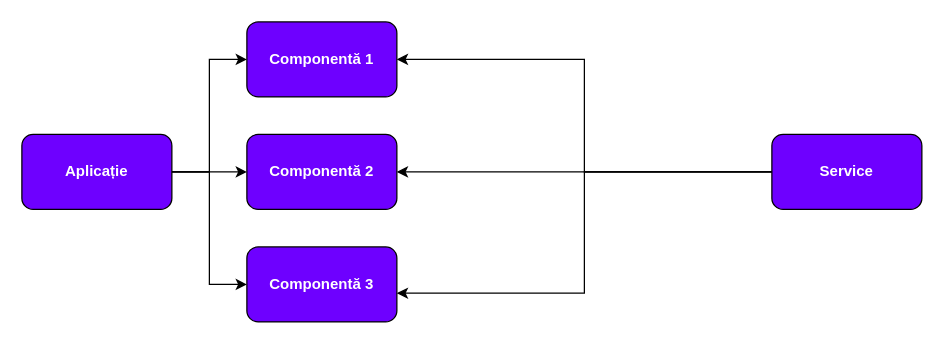
The draw.io diagram word/diagrame/arhitectura-service.drawio in robertnitu02/proiect-diploma, before the edit. Source tidied: cells renumbered, new cells numbered last; positions are measured from the earlier drawing's top-left corner, leaving out a move shared by most shapes. Both pictures are drawn from the tidied source at 125%, with x=0, y=0 at pixel (21, 21).
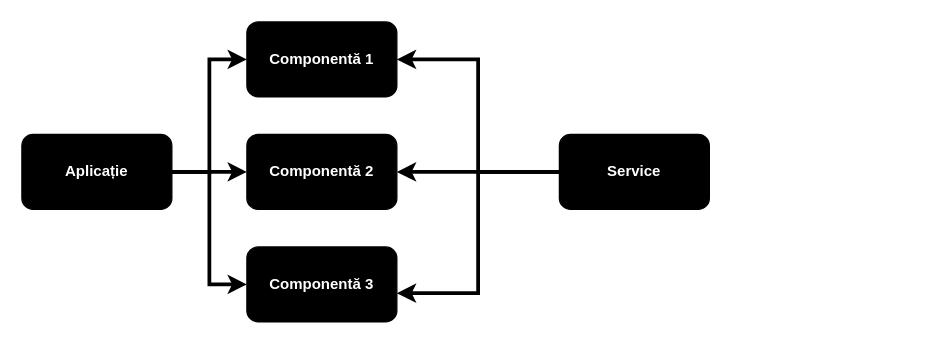
Above is the later version.

What changed in the source:
```diff
@@
 <mxGraphModel>
   <root>
     <mxCell id="0" />
     <mxCell id="1" parent="0" />
-    <mxCell id="2" style="edgeStyle=orthogonalEdgeStyle;rounded=0;jettySize=auto;html=1;entryX=0;entryY=0.5;entryDx=0;entryDy=0;" parent="1" edge="1" source="5" target="6">
+    <mxCell id="2" style="edgeStyle=orthogonalEdgeStyle;rounded=0;jettySize=auto;html=1;entryX=0;entryY=0.5;entryDx=0;entryDy=0;strokeWidth=3;" parent="1" edge="1" source="5" target="6">
       <mxGeometry relative="1" as="geometry" />
     </mxCell>
-    <mxCell id="3" style="edgeStyle=orthogonalEdgeStyle;rounded=0;jettySize=auto;html=1;entryX=0;entryY=0.5;entryDx=0;entryDy=0;" parent="1" edge="1" source="5" target="8">
+    <mxCell id="3" style="edgeStyle=orthogonalEdgeStyle;rounded=0;jettySize=auto;html=1;entryX=0;entryY=0.5;entryDx=0;entryDy=0;strokeWidth=3;" parent="1" edge="1" source="5" target="8">
       <mxGeometry relative="1" as="geometry" />
     </mxCell>
-    <mxCell id="4" style="edgeStyle=orthogonalEdgeStyle;rounded=0;jettySize=auto;html=1;entryX=0;entryY=0.5;entryDx=0;entryDy=0;" parent="1" edge="1" source="5" target="7">
+    <mxCell id="4" style="edgeStyle=orthogonalEdgeStyle;rounded=0;jettySize=auto;html=1;entryX=0;entryY=0.5;entryDx=0;entryDy=0;strokeWidth=3;" parent="1" edge="1" source="5" target="7">
       <mxGeometry relative="1" as="geometry" />
     </mxCell>
-    <mxCell id="5" value="&lt;font style=&quot;color: rgb(255, 255, 255);&quot;&gt;&lt;b style=&quot;&quot;&gt;Aplicație&lt;/b&gt;&lt;/font&gt;" style="rounded=1;whiteSpace=wrap;html=1;fillColor=#6E00FF;" parent="1" vertex="1">
+    <mxCell id="5" value="&lt;font style=&quot;color: rgb(255, 255, 255);&quot;&gt;&lt;b style=&quot;&quot;&gt;Aplicație&lt;/b&gt;&lt;/font&gt;" style="rounded=1;whiteSpace=wrap;html=1;fillColor=#000000;" parent="1" vertex="1">
       <mxGeometry y="90" width="120" height="60" as="geometry" />
     </mxCell>
-    <mxCell id="6" value="&lt;font style=&quot;color: rgb(255, 255, 255);&quot;&gt;&lt;b style=&quot;&quot;&gt;Componentă 1&lt;/b&gt;&lt;/font&gt;" style="rounded=1;whiteSpace=wrap;html=1;fillColor=#6E00FF;" parent="1" vertex="1">
+    <mxCell id="6" value="&lt;font style=&quot;color: rgb(255, 255, 255);&quot;&gt;&lt;b style=&quot;&quot;&gt;Componentă 1&lt;/b&gt;&lt;/font&gt;" style="rounded=1;whiteSpace=wrap;html=1;fillColor=#000000;" parent="1" vertex="1">
       <mxGeometry x="180" width="120" height="60" as="geometry" />
     </mxCell>
-    <mxCell id="7" value="&lt;font color=&quot;#ffffff&quot;&gt;&lt;b&gt;Componentă 2&lt;/b&gt;&lt;/font&gt;" style="rounded=1;whiteSpace=wrap;html=1;fillColor=#6E00FF;" parent="1" vertex="1">
+    <mxCell id="7" value="&lt;font color=&quot;#ffffff&quot;&gt;&lt;b&gt;Componentă 2&lt;/b&gt;&lt;/font&gt;" style="rounded=1;whiteSpace=wrap;html=1;fillColor=#000000;" parent="1" vertex="1">
       <mxGeometry x="180" y="90" width="120" height="60" as="geometry" />
     </mxCell>
-    <mxCell id="8" value="&lt;font style=&quot;color: rgb(255, 255, 255);&quot;&gt;&lt;b style=&quot;&quot;&gt;Componentă 3&lt;/b&gt;&lt;/font&gt;" style="rounded=1;whiteSpace=wrap;html=1;fillColor=#6E00FF;" parent="1" vertex="1">
+    <mxCell id="8" value="&lt;font style=&quot;color: rgb(255, 255, 255);&quot;&gt;&lt;b style=&quot;&quot;&gt;Componentă 3&lt;/b&gt;&lt;/font&gt;" style="rounded=1;whiteSpace=wrap;html=1;fillColor=#000000;" parent="1" vertex="1">
       <mxGeometry x="180" y="180" width="120" height="60" as="geometry" />
     </mxCell>
-    <mxCell id="9" style="edgeStyle=orthogonalEdgeStyle;rounded=0;jettySize=auto;html=1;entryX=1;entryY=0.5;entryDx=0;entryDy=0;" parent="1" edge="1" source="11" target="7">
+    <mxCell id="9" style="edgeStyle=orthogonalEdgeStyle;rounded=0;jettySize=auto;html=1;entryX=1;entryY=0.5;entryDx=0;entryDy=0;strokeWidth=3;" parent="1" edge="1" source="11" target="7">
       <mxGeometry relative="1" as="geometry" />
     </mxCell>
-    <mxCell id="10" style="edgeStyle=orthogonalEdgeStyle;rounded=0;jettySize=auto;html=1;entryX=1;entryY=0.5;entryDx=0;entryDy=0;" parent="1" edge="1" source="11" target="6">
+    <mxCell id="10" style="edgeStyle=orthogonalEdgeStyle;rounded=0;jettySize=auto;html=1;entryX=1;entryY=0.5;entryDx=0;entryDy=0;strokeWidth=3;" parent="1" edge="1" source="11" target="6">
       <mxGeometry relative="1" as="geometry" />
     </mxCell>
-    <mxCell id="11" value="&lt;font style=&quot;color: rgb(255, 255, 255);&quot;&gt;&lt;b style=&quot;&quot;&gt;Service&lt;/b&gt;&lt;/font&gt;" style="rounded=1;whiteSpace=wrap;html=1;fillColor=#6E00FF;" parent="1" vertex="1">
-      <mxGeometry x="600" y="90" width="120" height="60" as="geometry" />
+    <mxCell id="11" value="&lt;font style=&quot;color: rgb(255, 255, 255);&quot;&gt;&lt;b style=&quot;&quot;&gt;Service&lt;/b&gt;&lt;/font&gt;" style="rounded=1;whiteSpace=wrap;html=1;fillColor=#000000;" parent="1" vertex="1">
+      <mxGeometry x="430" y="90" width="120" height="60" as="geometry" />
     </mxCell>
-    <mxCell id="12" style="edgeStyle=orthogonalEdgeStyle;rounded=0;jettySize=auto;html=1;entryX=1;entryY=0.617;entryDx=0;entryDy=0;entryPerimeter=0;" parent="1" edge="1" source="11" target="8">
+    <mxCell id="12" style="edgeStyle=orthogonalEdgeStyle;rounded=0;jettySize=auto;html=1;entryX=1;entryY=0.617;entryDx=0;entryDy=0;entryPerimeter=0;strokeWidth=3;" parent="1" edge="1" source="11" target="8">
       <mxGeometry relative="1" as="geometry" />
     </mxCell>
   </root>
 </mxGraphModel>
```
